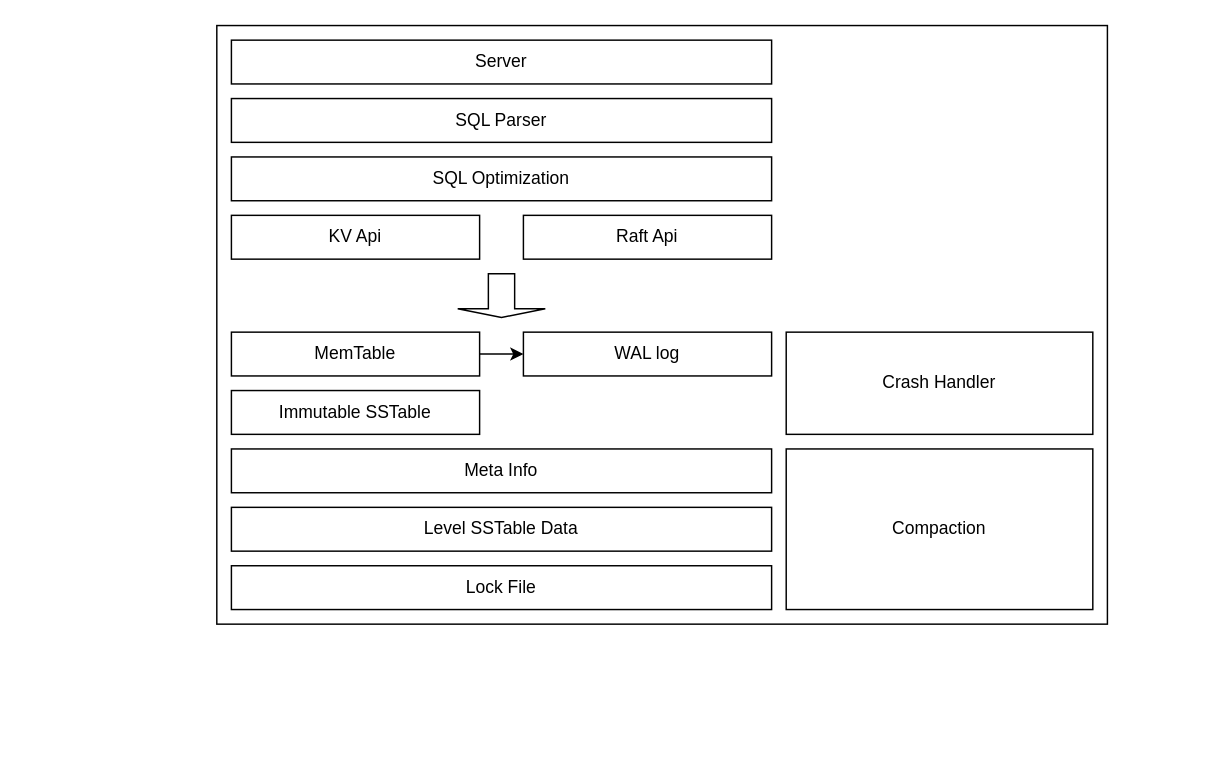
Earlier version of the draw.io diagram hifidb.drawio (Kamijoucen/HiFiDB). Source tidied: cells renumbered, new cells numbered last; positions are measured from the earlier drawing's top-left corner, leaving out a move shared by most shapes. Both pictures are drawn from the tidied source at 146%, with x=0, y=0 at pixel (216, 25).
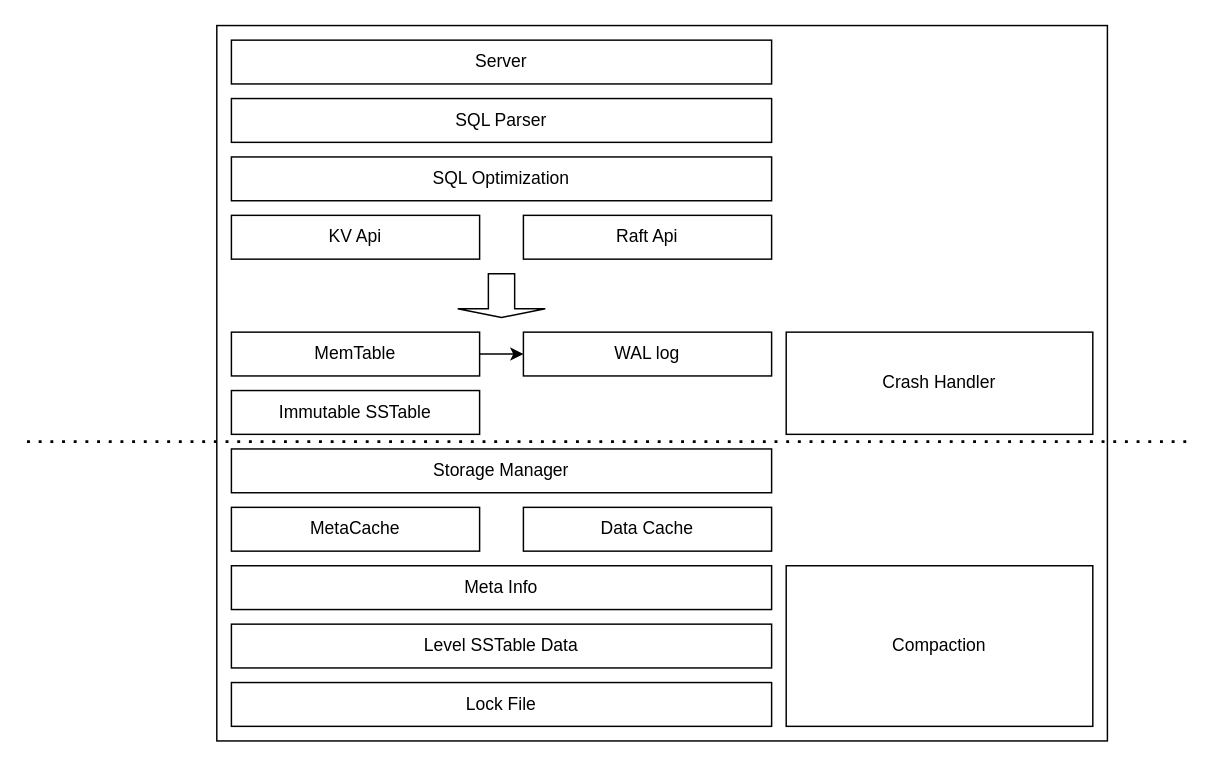
After the change.

Diff of the diagram source:
```diff
@@
     <mxCell id="2" style="rounded=0;whiteSpace=wrap;html=1;" parent="1" vertex="1">
-      <mxGeometry width="610" height="410" as="geometry" />
+      <mxGeometry width="610" height="490" as="geometry" />
     </mxCell>
@@
     <mxCell id="13" value="Level SSTable Data" style="rounded=0;whiteSpace=wrap;html=1;" parent="1" vertex="1">
-      <mxGeometry x="10" y="330" width="370" height="30" as="geometry" />
+      <mxGeometry x="10" y="410" width="370" height="30" as="geometry" />
     </mxCell>
     <mxCell id="14" value="Meta Info" style="rounded=0;whiteSpace=wrap;html=1;" parent="1" vertex="1">
-      <mxGeometry x="10" y="290" width="370" height="30" as="geometry" />
+      <mxGeometry x="10" y="370" width="370" height="30" as="geometry" />
     </mxCell>
     <mxCell id="15" value="Compaction" style="rounded=0;whiteSpace=wrap;html=1;" parent="1" vertex="1">
-      <mxGeometry x="390" y="290" width="210" height="110" as="geometry" />
+      <mxGeometry x="390" y="370" width="210" height="110" as="geometry" />
     </mxCell>
     <mxCell id="16" value="Lock File" style="rounded=0;whiteSpace=wrap;html=1;" parent="1" vertex="1">
-      <mxGeometry x="10" y="370" width="370" height="30" as="geometry" />
+      <mxGeometry x="10" y="450" width="370" height="30" as="geometry" />
     </mxCell>
@@
+    <mxCell id="18" value="Storage Manager" style="rounded=0;whiteSpace=wrap;html=1;" parent="1" vertex="1">
+      <mxGeometry x="10" y="290" width="370" height="30" as="geometry" />
+    </mxCell>
+    <mxCell id="19" value="Data Cache" style="rounded=0;whiteSpace=wrap;html=1;" parent="1" vertex="1">
+      <mxGeometry x="210" y="330" width="170" height="30" as="geometry" />
+    </mxCell>
+    <mxCell id="20" value="MetaCache" style="rounded=0;whiteSpace=wrap;html=1;" parent="1" vertex="1">
+      <mxGeometry x="10" y="330" width="170" height="30" as="geometry" />
+    </mxCell>
+    <mxCell id="21" style="endArrow=none;dashed=1;html=1;dashPattern=1 3;strokeWidth=2;" parent="1" edge="1">
+      <mxGeometry relative="1" as="geometry">
+        <mxPoint x="-130" y="285" as="sourcePoint" />
+        <mxPoint x="665" y="285" as="targetPoint" />
+      </mxGeometry>
+    </mxCell>
```
